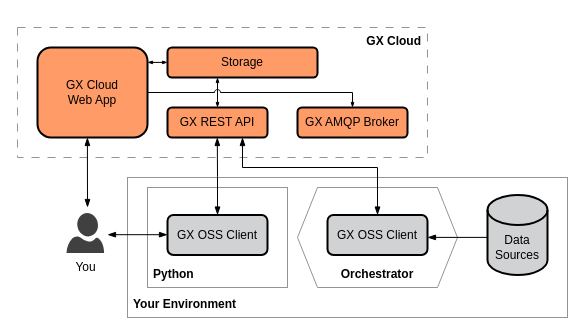
The draw.io diagram page "deployment-orchestrator" (4 of 4) of docs/docusaurus/docs/cloud/architecture_deployment_images/gx_cloud_architecture_and_deployment_diagrams.drawio in great-expectations/great_expectations, before the edit. Source tidied: cells renumbered, new cells numbered last; positions are measured from the earlier drawing's top-left corner, leaving out a move shared by most shapes. Both pictures are drawn from the tidied source at 100%, with x=0, y=0 at pixel (17, 27).
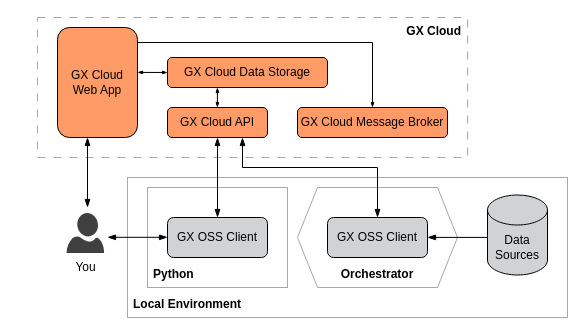
After the change.

Diff of the diagram source:
```diff
@@
-    <mxCell id="2" style="rounded=0;whiteSpace=wrap;html=1;strokeColor=#929497;fillColor=none;perimeterSpacing=0;" parent="1" vertex="1">
+    <mxCell id="2" style="rounded=0;whiteSpace=wrap;html=1;strokeColor=#A6A8AB;fillColor=none;perimeterSpacing=0;" parent="1" vertex="1">
       <mxGeometry x="110" y="150" width="440" height="140" as="geometry" />
     </mxCell>
-    <mxCell id="3" style="shape=hexagon;perimeter=hexagonPerimeter2;whiteSpace=wrap;html=1;fixedSize=1;fillColor=none;strokeColor=#929497;" parent="1" vertex="1">
+    <mxCell id="3" style="shape=hexagon;perimeter=hexagonPerimeter2;whiteSpace=wrap;html=1;fixedSize=1;fillColor=none;strokeColor=#A6A8AB;" parent="1" vertex="1">
       <mxGeometry x="280" y="160" width="160" height="100" as="geometry" />
     </mxCell>
-    <mxCell id="4" style="rounded=0;whiteSpace=wrap;html=1;strokeColor=#929497;fillColor=none;dashed=1;dashPattern=8 8;" parent="1" vertex="1">
-      <mxGeometry width="410" height="130" as="geometry" />
-    </mxCell>
-    <mxCell id="5" value="GX Cloud&lt;br&gt;Web App" style="rounded=1;whiteSpace=wrap;html=1;strokeWidth=2;fillColor=#FF9B67;" parent="1" vertex="1">
-      <mxGeometry x="20" y="20" width="110" height="90" as="geometry" />
-    </mxCell>
-    <mxCell id="6" value="&lt;b&gt;GX Cloud&lt;/b&gt;" style="text;html=1;strokeColor=none;fillColor=none;align=right;verticalAlign=top;whiteSpace=wrap;rounded=0;spacing=0;spacingLeft=6;spacingTop=2;spacingRight=6;" parent="1" vertex="1">
-      <mxGeometry x="340" width="70" height="30" as="geometry" />
-    </mxCell>
-    <mxCell id="7" value="&lt;b&gt;Your Environment&lt;/b&gt;" style="text;html=1;strokeColor=none;fillColor=none;align=left;verticalAlign=bottom;whiteSpace=wrap;rounded=0;spacing=0;spacingTop=2;spacingLeft=6;spacingRight=6;spacingBottom=6;" parent="1" vertex="1">
+    <mxCell id="7" value="&lt;b&gt;Local Environment&lt;/b&gt;" style="text;html=1;strokeColor=none;fillColor=none;align=left;verticalAlign=bottom;whiteSpace=wrap;rounded=0;spacing=0;spacingTop=2;spacingLeft=6;spacingRight=6;spacingBottom=6;" parent="1" vertex="1">
       <mxGeometry x="110" y="260" width="120" height="30" as="geometry" />
     </mxCell>
-    <mxCell id="8" value="Storage" style="rounded=1;whiteSpace=wrap;html=1;strokeWidth=2;fillColor=#FF9B67;" parent="1" vertex="1">
-      <mxGeometry x="150" y="20" width="150" height="30" as="geometry" />
-    </mxCell>
-    <mxCell id="9" value="GX REST API" style="rounded=1;whiteSpace=wrap;html=1;strokeWidth=2;fillColor=#FF9B67;" parent="1" vertex="1">
-      <mxGeometry x="150" y="80" width="100" height="30" as="geometry" />
-    </mxCell>
-    <mxCell id="10" style="shape=cylinder3;whiteSpace=wrap;html=1;boundedLbl=1;backgroundOutline=1;size=15;strokeWidth=2;fillColor=#D0D2D3;" parent="1" vertex="1">
+    <mxCell id="10" style="shape=cylinder3;whiteSpace=wrap;html=1;boundedLbl=1;backgroundOutline=1;size=15;strokeWidth=1;fillColor=#D0D2D3;" parent="1" vertex="1">
       <mxGeometry x="470" y="167.5" width="60" height="80" as="geometry" />
     </mxCell>
@@
-    <mxCell id="12" value="GX AMQP Broker" style="rounded=1;whiteSpace=wrap;html=1;strokeWidth=2;fillColor=#FF9B67;" parent="1" vertex="1">
-      <mxGeometry x="280" y="80" width="110" height="30" as="geometry" />
-    </mxCell>
-    <mxCell id="13" style="endArrow=blockThin;startArrow=blockThin;html=1;rounded=0;entryX=0.5;entryY=1;entryDx=0;entryDy=0;startFill=1;endFill=1;" parent="1" edge="1">
-      <mxGeometry relative="1" as="geometry">
-        <mxPoint x="70" y="180" as="sourcePoint" />
-        <mxPoint x="69.9" y="110" as="targetPoint" />
-      </mxGeometry>
-    </mxCell>
-    <mxCell id="14" style="endArrow=blockThin;startArrow=blockThin;html=1;rounded=0;entryX=0.75;entryY=1;entryDx=0;entryDy=0;startFill=1;endFill=1;exitX=0.5;exitY=0;exitDx=0;exitDy=0;edgeStyle=orthogonalEdgeStyle;" parent="1" edge="1" source="19" target="9">
+    <mxCell id="14" style="endArrow=blockThin;startArrow=blockThin;html=1;rounded=0;entryX=0.75;entryY=1;entryDx=0;entryDy=0;startFill=1;endFill=1;exitX=0.5;exitY=0;exitDx=0;exitDy=0;edgeStyle=orthogonalEdgeStyle;" parent="1" edge="1" source="19">
       <mxGeometry relative="1" as="geometry">
+        <mxPoint x="225" y="110" as="targetPoint" />
         <Array as="points">
           <mxPoint x="360" y="140" />
           <mxPoint x="225" y="140" />
         </Array>
       </mxGeometry>
     </mxCell>
-    <mxCell id="15" style="endArrow=blockThin;html=1;rounded=0;startArrow=blockThin;startFill=1;endFill=1;endSize=3;startSize=3;" parent="1" edge="1">
-      <mxGeometry relative="1" as="geometry">
-        <mxPoint x="130" y="34.9" as="sourcePoint" />
-        <mxPoint x="150" y="34.9" as="targetPoint" />
-      </mxGeometry>
-    </mxCell>
-    <mxCell id="16" style="endArrow=blockThin;html=1;rounded=0;startArrow=blockThin;startFill=1;endFill=1;endSize=3;startSize=3;entryX=0.5;entryY=0;entryDx=0;entryDy=0;" parent="1" edge="1" target="9">
-      <mxGeometry relative="1" as="geometry">
-        <mxPoint x="200" y="50" as="sourcePoint" />
-      </mxGeometry>
-    </mxCell>
-    <mxCell id="17" style="endArrow=blockThin;html=1;rounded=0;edgeStyle=orthogonalEdgeStyle;endFill=1;endSize=3;entryX=0.5;entryY=0;entryDx=0;entryDy=0;exitX=1;exitY=0.5;exitDx=0;exitDy=0;jumpStyle=arc;jumpSize=6;" parent="1" edge="1" source="5" target="12">
-      <mxGeometry relative="1" as="geometry" />
-    </mxCell>
@@
-    <mxCell id="19" value="GX OSS Client" style="rounded=1;whiteSpace=wrap;html=1;glass=0;strokeWidth=2;fillColor=#D0D2D3;" parent="1" vertex="1">
-      <mxGeometry x="310" y="187.5" width="100" height="40" as="geometry" />
+    <mxCell id="19" value="GX OSS Client" style="rounded=1;whiteSpace=wrap;html=1;glass=0;strokeWidth=1;fillColor=#D0D2D3;" parent="1" vertex="1">
+      <mxGeometry x="310" y="190" width="100" height="40" as="geometry" />
     </mxCell>
@@
-    <mxCell id="21" style="rounded=0;whiteSpace=wrap;html=1;strokeColor=#929497;fillColor=none;perimeterSpacing=0;" parent="1" vertex="1">
+    <mxCell id="21" style="rounded=0;whiteSpace=wrap;html=1;strokeColor=#A6A8AB;fillColor=none;perimeterSpacing=0;" parent="1" vertex="1">
       <mxGeometry x="130" y="160" width="140" height="100" as="geometry" />
     </mxCell>
@@
-    <mxCell id="23" value="GX OSS Client" style="rounded=1;whiteSpace=wrap;html=1;glass=0;strokeWidth=2;fillColor=#D0D2D3;" parent="1" vertex="1">
-      <mxGeometry x="150" y="187.5" width="100" height="40" as="geometry" />
+    <mxCell id="23" value="GX OSS Client" style="rounded=1;whiteSpace=wrap;html=1;glass=0;strokeWidth=1;fillColor=#D0D2D3;" parent="1" vertex="1">
+      <mxGeometry x="150" y="190" width="100" height="40" as="geometry" />
     </mxCell>
-    <mxCell id="24" style="endArrow=blockThin;startArrow=blockThin;html=1;rounded=0;startFill=1;endFill=1;exitX=0.5;exitY=0;exitDx=0;exitDy=0;edgeStyle=orthogonalEdgeStyle;" parent="1" edge="1" source="23">
-      <mxGeometry relative="1" as="geometry">
-        <mxPoint x="199.8" y="110" as="targetPoint" />
-      </mxGeometry>
-    </mxCell>
     <mxCell id="25" style="endArrow=blockThin;startArrow=blockThin;html=1;rounded=0;startFill=1;endFill=1;edgeStyle=orthogonalEdgeStyle;" parent="1" edge="1">
       <mxGeometry relative="1" as="geometry">
-        <mxPoint x="90" y="207.2" as="sourcePoint" />
-        <mxPoint x="150" y="207.2" as="targetPoint" />
+        <mxPoint x="90" y="209.8" as="sourcePoint" />
+        <mxPoint x="150" y="209.8" as="targetPoint" />
       </mxGeometry>
     </mxCell>
@@
+    <mxCell id="27" style="rounded=0;whiteSpace=wrap;html=1;strokeColor=#A6A8AB;fillColor=none;dashed=1;dashPattern=8 8;" parent="1" vertex="1">
+      <mxGeometry x="20" y="-10" width="430" height="140" as="geometry" />
+    </mxCell>
+    <mxCell id="5" value="GX Cloud&lt;br&gt;Web App" style="rounded=1;whiteSpace=wrap;html=1;strokeWidth=1;fillColor=#FF9B67;" parent="1" vertex="1">
+      <mxGeometry x="40" width="80" height="110" as="geometry" />
+    </mxCell>
+    <mxCell id="6" value="&lt;b&gt;GX Cloud&lt;/b&gt;" style="text;html=1;strokeColor=none;fillColor=none;align=right;verticalAlign=top;whiteSpace=wrap;rounded=0;spacing=0;spacingLeft=6;spacingTop=2;spacingRight=6;" parent="1" vertex="1">
+      <mxGeometry x="380" y="-10" width="70" height="30" as="geometry" />
+    </mxCell>
+    <mxCell id="28" value="GX Cloud Data Storage" style="rounded=1;whiteSpace=wrap;html=1;strokeWidth=1;fillColor=#FF9B67;" parent="1" vertex="1">
+      <mxGeometry x="150" y="30" width="160" height="30" as="geometry" />
+    </mxCell>
+    <mxCell id="29" value="GX Cloud API" style="rounded=1;whiteSpace=wrap;html=1;strokeWidth=1;fillColor=#FF9B67;" parent="1" vertex="1">
+      <mxGeometry x="150" y="80" width="100" height="30" as="geometry" />
+    </mxCell>
+    <mxCell id="30" value="GX Cloud Message Broker" style="rounded=1;whiteSpace=wrap;html=1;strokeWidth=1;fillColor=#FF9B67;" parent="1" vertex="1">
+      <mxGeometry x="280" y="80" width="150" height="30" as="geometry" />
+    </mxCell>
+    <mxCell id="31" style="endArrow=blockThin;html=1;rounded=0;startArrow=blockThin;startFill=1;endFill=1;endSize=3;startSize=3;entryX=0;entryY=0.5;entryDx=0;entryDy=0;" parent="1" edge="1" target="28">
+      <mxGeometry relative="1" as="geometry">
+        <mxPoint x="120" y="44.9" as="sourcePoint" />
+      </mxGeometry>
+    </mxCell>
+    <mxCell id="32" style="endArrow=blockThin;html=1;rounded=0;edgeStyle=orthogonalEdgeStyle;endFill=1;endSize=3;jumpStyle=arc;jumpSize=6;exitX=1;exitY=0.25;exitDx=0;exitDy=0;entryX=0.5;entryY=0;entryDx=0;entryDy=0;" parent="1" edge="1" source="5" target="30">
+      <mxGeometry relative="1" as="geometry">
+        <Array as="points">
+          <mxPoint x="120" y="15" />
+          <mxPoint x="355" y="15" />
+        </Array>
+      </mxGeometry>
+    </mxCell>
+    <mxCell id="33" style="endArrow=blockThin;startArrow=blockThin;html=1;rounded=0;entryX=0.5;entryY=1;entryDx=0;entryDy=0;startFill=1;endFill=1;" parent="1" edge="1" source="23" target="29">
+      <mxGeometry relative="1" as="geometry" />
+    </mxCell>
+    <mxCell id="34" style="endArrow=blockThin;startArrow=blockThin;html=1;rounded=0;startFill=1;endFill=1;endSize=3;startSize=3;" parent="1" edge="1">
+      <mxGeometry relative="1" as="geometry">
+        <mxPoint x="199.9" y="80" as="sourcePoint" />
+        <mxPoint x="199.9" y="60" as="targetPoint" />
+      </mxGeometry>
+    </mxCell>
+    <mxCell id="35" style="endArrow=blockThin;startArrow=blockThin;html=1;rounded=0;entryX=0.5;entryY=1;entryDx=0;entryDy=0;startFill=1;endFill=1;" parent="1" edge="1">
+      <mxGeometry relative="1" as="geometry">
+        <mxPoint x="70" y="180" as="sourcePoint" />
+        <mxPoint x="70" y="110" as="targetPoint" />
+      </mxGeometry>
+    </mxCell>
```
